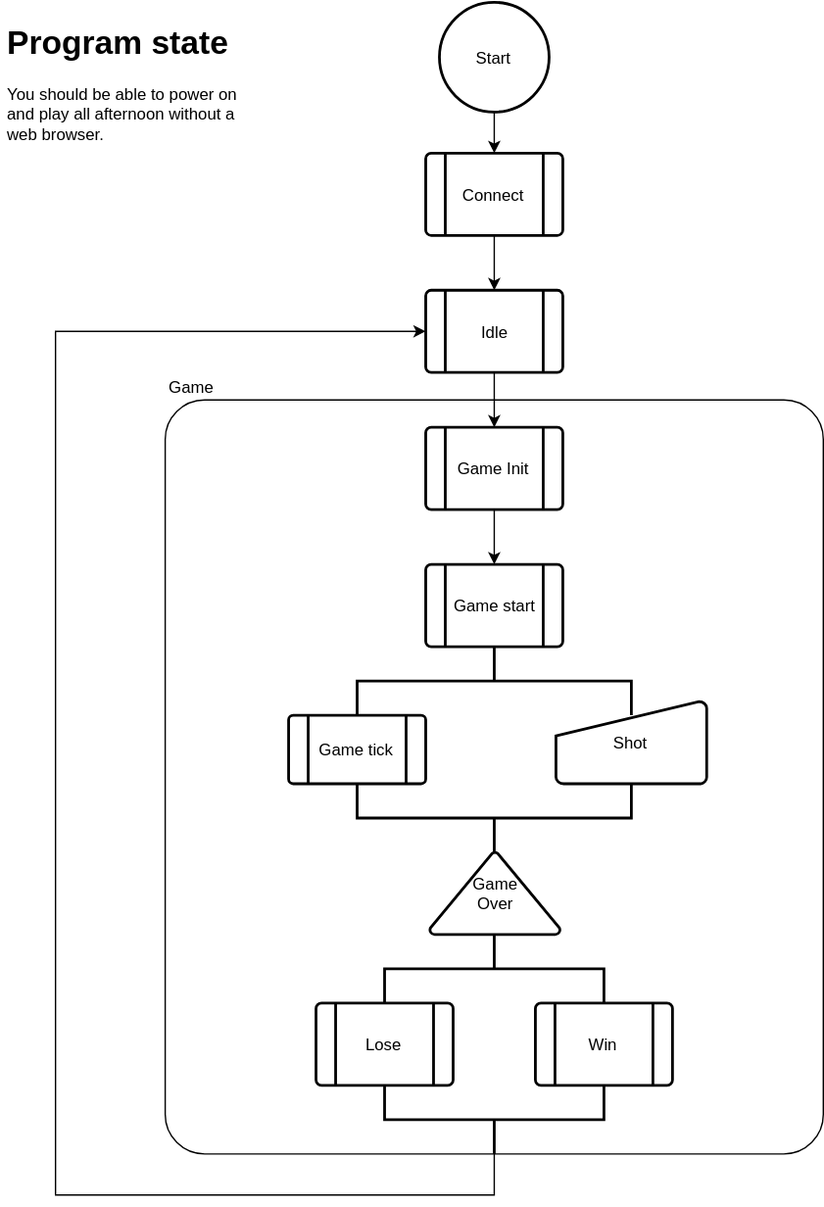
nathangray/LaserTarget keeps this draw.io diagram as doc/State diagram.svg. Above is the earlier version. Source tidied: cells renumbered, new cells last; positions are measured from the earlier drawing's top-left corner, leaving out a move shared by most shapes.
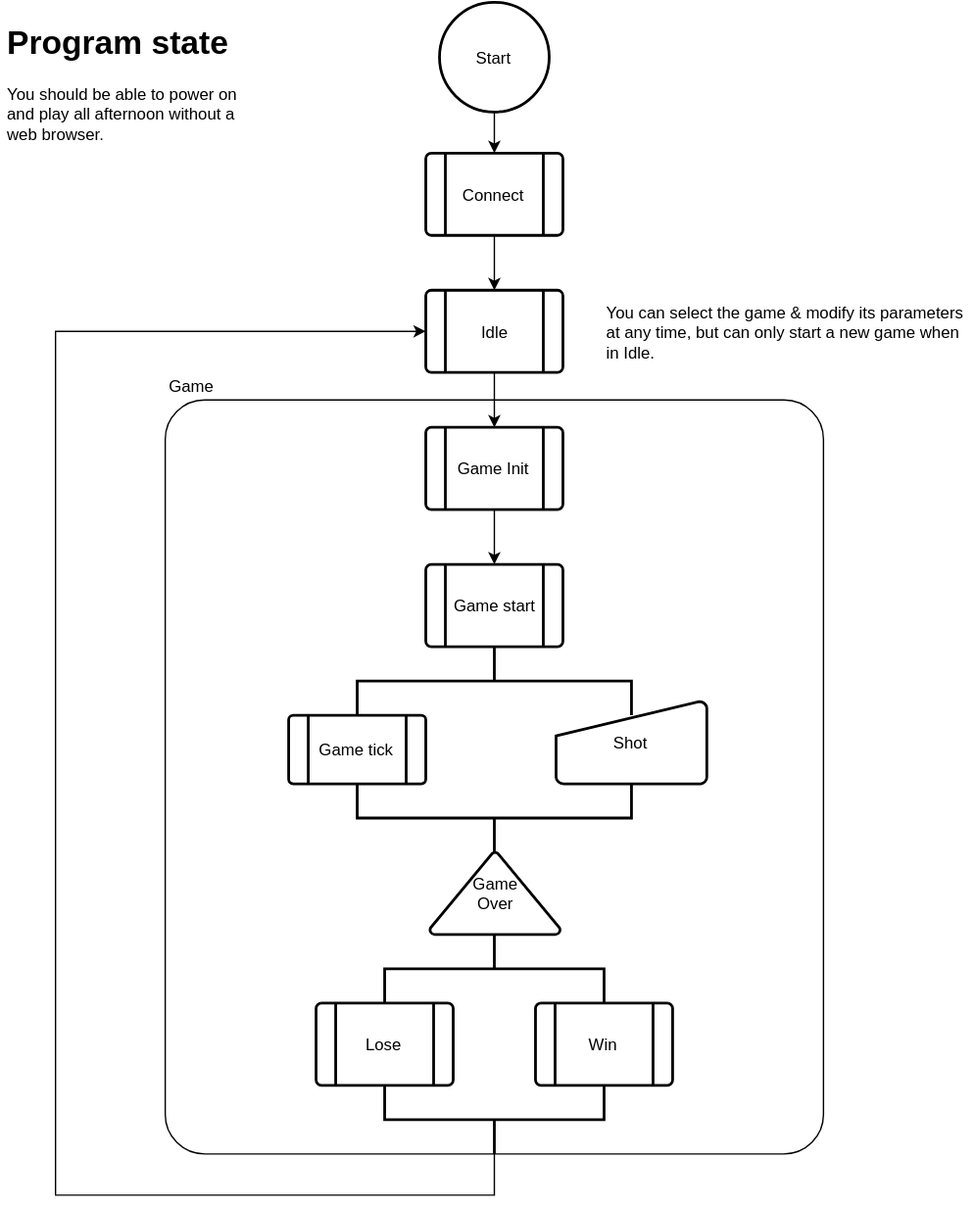
The same file after the commit.

What changed in the source:
```diff
@@ -71,5 +71,8 @@
     <mxCell id="22" value="&lt;h1&gt;Program state&lt;/h1&gt;&lt;p&gt;You should be able to power on and play all afternoon without a web browser.&lt;/p&gt;" style="text;html=1;strokeColor=none;fillColor=none;spacing=5;spacingTop=-20;whiteSpace=wrap;overflow=hidden;rounded=0;" parent="1" vertex="1">
       <mxGeometry y="10" width="190" height="120" as="geometry" />
     </mxCell>
+    <mxCell id="23" value="You can select the game &amp;amp; modify its parameters at any time, but can only start a new game when in Idle.&amp;nbsp;&amp;nbsp;" style="text;html=1;strokeColor=none;fillColor=none;align=left;verticalAlign=middle;whiteSpace=wrap;rounded=0;" parent="1" vertex="1">
+      <mxGeometry x="440" y="210" width="270" height="60" as="geometry" />
+    </mxCell>
   </root>
 </mxGraphModel>
```
